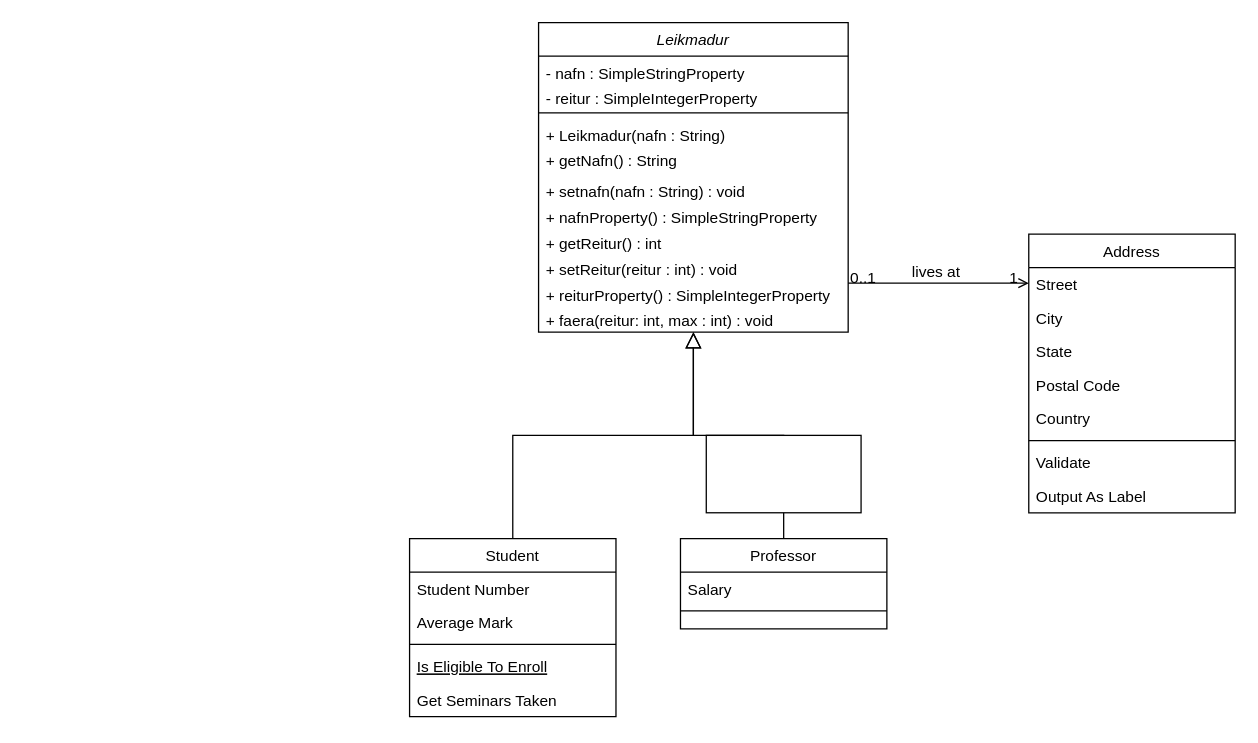
Above: UML.drawio in andreaei/Final_project (draw.io), before the change. Source tidied: cells renumbered, new cells numbered last; positions are measured from the earlier drawing's top-left corner, leaving out a move shared by most shapes. Both pictures are drawn from the tidied source at 129%, with x=0, y=0 at pixel (409, 22).
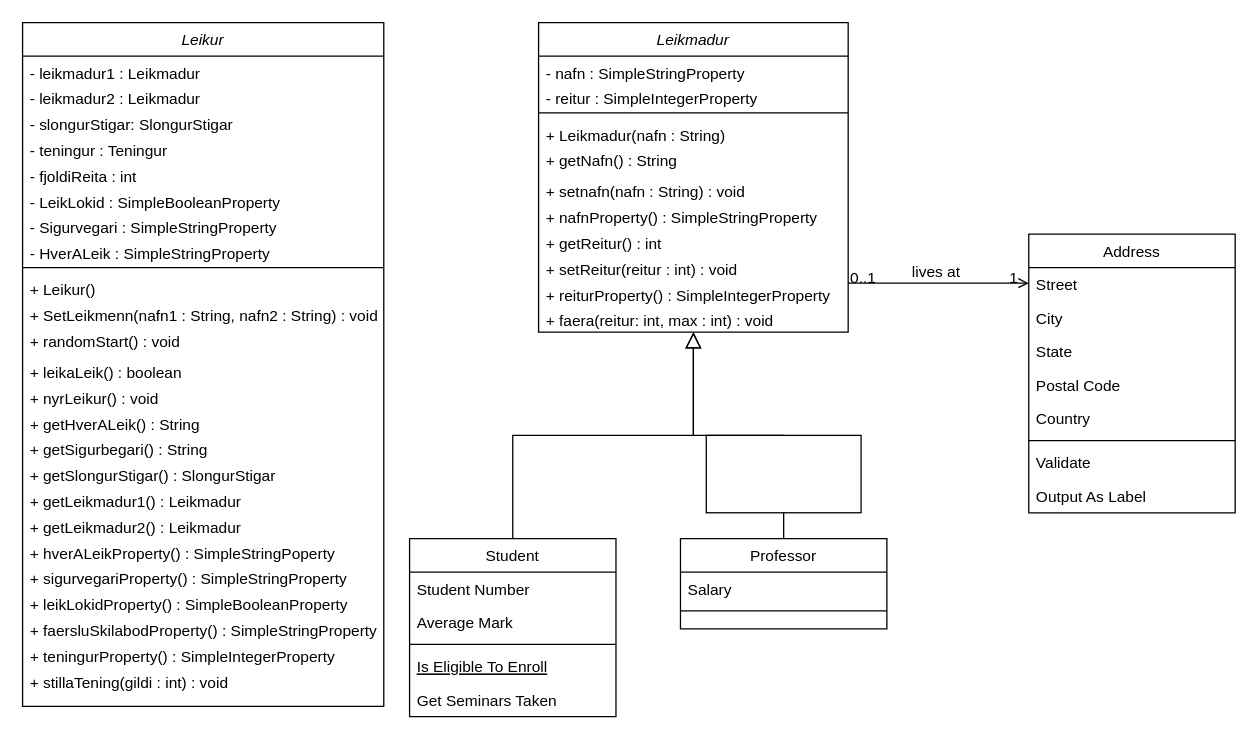
After the change.

The edit, as a diff of the source:
```diff
@@
+    <mxCell id="39" value="Leikur" style="swimlane;fontStyle=2;align=center;verticalAlign=top;horizontal=1;startSize=26;rounded=0;shadow=0;strokeWidth=1;" parent="1" vertex="1">
+      <mxGeometry x="-300" width="280" height="530" as="geometry" />
+    </mxCell>
+    <mxCell id="40" value="- leikmadur1 : Leikmadur" style="text;align=left;verticalAlign=top;spacingLeft=4;spacingRight=4;overflow=hidden;" parent="39" vertex="1">
+      <mxGeometry y="26" width="280" height="20" as="geometry" />
+    </mxCell>
+    <mxCell id="41" value="- leikmadur2 : Leikmadur" style="text;align=left;verticalAlign=top;spacingLeft=4;spacingRight=4;overflow=hidden;rounded=0;shadow=0;html=0;" parent="39" vertex="1">
+      <mxGeometry y="46" width="280" height="20" as="geometry" />
+    </mxCell>
+    <mxCell id="42" value="- slongurStigar: SlongurStigar" style="text;align=left;verticalAlign=top;spacingLeft=4;spacingRight=4;overflow=hidden;" parent="39" vertex="1">
+      <mxGeometry y="66" width="280" height="20" as="geometry" />
+    </mxCell>
+    <mxCell id="43" value="- teningur : Teningur" style="text;align=left;verticalAlign=top;spacingLeft=4;spacingRight=4;overflow=hidden;" parent="39" vertex="1">
+      <mxGeometry y="86" width="280" height="20" as="geometry" />
+    </mxCell>
+    <mxCell id="44" value="- fjoldiReita : int" style="text;align=left;verticalAlign=top;spacingLeft=4;spacingRight=4;overflow=hidden;" parent="39" vertex="1">
+      <mxGeometry y="106" width="280" height="20" as="geometry" />
+    </mxCell>
+    <mxCell id="45" value="- LeikLokid : SimpleBooleanProperty" style="text;align=left;verticalAlign=top;spacingLeft=4;spacingRight=4;overflow=hidden;" parent="39" vertex="1">
+      <mxGeometry y="126" width="280" height="20" as="geometry" />
+    </mxCell>
+    <mxCell id="46" value="- Sigurvegari : SimpleStringProperty" style="text;align=left;verticalAlign=top;spacingLeft=4;spacingRight=4;overflow=hidden;" parent="39" vertex="1">
+      <mxGeometry y="146" width="280" height="20" as="geometry" />
+    </mxCell>
+    <mxCell id="47" value="- HverALeik : SimpleStringProperty" style="text;align=left;verticalAlign=top;spacingLeft=4;spacingRight=4;overflow=hidden;" parent="39" vertex="1">
+      <mxGeometry y="166" width="280" height="20" as="geometry" />
+    </mxCell>
+    <mxCell id="48" style="line;html=1;strokeWidth=1;align=left;verticalAlign=middle;spacingTop=-1;spacingLeft=3;spacingRight=3;labelPosition=right;" parent="39" vertex="1">
+      <mxGeometry y="186" width="280" height="8" as="geometry" />
+    </mxCell>
+    <mxCell id="49" value="+ Leikur()" style="text;align=left;verticalAlign=top;spacingLeft=4;spacingRight=4;overflow=hidden;" parent="39" vertex="1">
+      <mxGeometry y="194" width="280" height="20" as="geometry" />
+    </mxCell>
+    <mxCell id="50" value="+ SetLeikmenn(nafn1 : String, nafn2 : String) : void" style="text;align=left;verticalAlign=top;spacingLeft=4;spacingRight=4;overflow=hidden;" parent="39" vertex="1">
+      <mxGeometry y="214" width="280" height="20" as="geometry" />
+    </mxCell>
+    <mxCell id="51" value="+ randomStart() : void" style="text;align=left;verticalAlign=top;spacingLeft=4;spacingRight=4;overflow=hidden;" parent="39" vertex="1">
+      <mxGeometry y="234" width="280" height="24" as="geometry" />
+    </mxCell>
+    <mxCell id="52" value="+ leikaLeik() : boolean" style="text;align=left;verticalAlign=top;spacingLeft=4;spacingRight=4;overflow=hidden;" parent="39" vertex="1">
+      <mxGeometry y="258" width="280" height="20" as="geometry" />
+    </mxCell>
+    <mxCell id="53" value="+ nyrLeikur() : void" style="text;align=left;verticalAlign=top;spacingLeft=4;spacingRight=4;overflow=hidden;" parent="39" vertex="1">
+      <mxGeometry y="278" width="280" height="20" as="geometry" />
+    </mxCell>
+    <mxCell id="54" value="+ getHverALeik() : String" style="text;align=left;verticalAlign=top;spacingLeft=4;spacingRight=4;overflow=hidden;" parent="39" vertex="1">
+      <mxGeometry y="298" width="280" height="20" as="geometry" />
+    </mxCell>
+    <mxCell id="55" value="+ getSigurbegari() : String" style="text;align=left;verticalAlign=top;spacingLeft=4;spacingRight=4;overflow=hidden;" parent="39" vertex="1">
+      <mxGeometry y="318" width="280" height="20" as="geometry" />
+    </mxCell>
+    <mxCell id="56" value="+ getSlongurStigar() : SlongurStigar" style="text;align=left;verticalAlign=top;spacingLeft=4;spacingRight=4;overflow=hidden;" parent="39" vertex="1">
+      <mxGeometry y="338" width="280" height="20" as="geometry" />
+    </mxCell>
+    <mxCell id="57" value="+ getLeikmadur1() : Leikmadur&#10;" style="text;align=left;verticalAlign=top;spacingLeft=4;spacingRight=4;overflow=hidden;" parent="39" vertex="1">
+      <mxGeometry y="358" width="280" height="20" as="geometry" />
+    </mxCell>
+    <mxCell id="58" value="+ getLeikmadur2() : Leikmadur&#10;" style="text;align=left;verticalAlign=top;spacingLeft=4;spacingRight=4;overflow=hidden;" parent="39" vertex="1">
+      <mxGeometry y="378" width="280" height="20" as="geometry" />
+    </mxCell>
+    <mxCell id="59" value="+ hverALeikProperty() : SimpleStringPoperty" style="text;align=left;verticalAlign=top;spacingLeft=4;spacingRight=4;overflow=hidden;" parent="39" vertex="1">
+      <mxGeometry y="398" width="280" height="20" as="geometry" />
+    </mxCell>
+    <mxCell id="60" value="+ sigurvegariProperty() : SimpleStringProperty" style="text;align=left;verticalAlign=top;spacingLeft=4;spacingRight=4;overflow=hidden;" parent="39" vertex="1">
+      <mxGeometry y="418" width="280" height="20" as="geometry" />
+    </mxCell>
+    <mxCell id="61" value="+ leikLokidProperty() : SimpleBooleanProperty" style="text;align=left;verticalAlign=top;spacingLeft=4;spacingRight=4;overflow=hidden;" parent="39" vertex="1">
+      <mxGeometry y="438" width="280" height="20" as="geometry" />
+    </mxCell>
+    <mxCell id="62" value="+ faersluSkilabodProperty() : SimpleStringProperty" style="text;align=left;verticalAlign=top;spacingLeft=4;spacingRight=4;overflow=hidden;" parent="39" vertex="1">
+      <mxGeometry y="458" width="280" height="20" as="geometry" />
+    </mxCell>
+    <mxCell id="63" value="+ teningurProperty() : SimpleIntegerProperty" style="text;align=left;verticalAlign=top;spacingLeft=4;spacingRight=4;overflow=hidden;" parent="39" vertex="1">
+      <mxGeometry y="478" width="280" height="20" as="geometry" />
+    </mxCell>
+    <mxCell id="64" value="+ stillaTening(gildi : int) : void" style="text;align=left;verticalAlign=top;spacingLeft=4;spacingRight=4;overflow=hidden;" parent="39" vertex="1">
+      <mxGeometry y="498" width="280" height="20" as="geometry" />
+    </mxCell>
```
